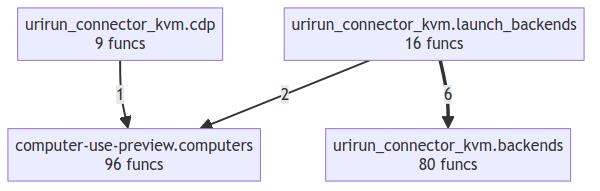
if-uri/urirun-connector-kvm keeps this Mermaid diagram as project/compact_flow.png. Above is the earlier version. Its source is kept beside it as project/compact_flow.mmd.
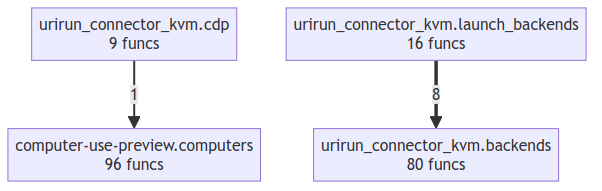
Above is the later version.

What changed in the source:
```diff
@@ -3,6 +3,5 @@
     urirun_connector_kvm__backends["urirun_connector_kvm.backends<br/>80 funcs"]
     urirun_connector_kvm__cdp["urirun_connector_kvm.cdp<br/>9 funcs"]
     urirun_connector_kvm__launch_backends["urirun_connector_kvm.launch_backends<br/>16 funcs"]
-    urirun_connector_kvm__launch_backends ==>|6| urirun_connector_kvm__backends
-    urirun_connector_kvm__launch_backends -->|2| computer_use_preview__computers
+    urirun_connector_kvm__launch_backends ==>|8| urirun_connector_kvm__backends
     urirun_connector_kvm__cdp -->|1| computer_use_preview__computers
```
